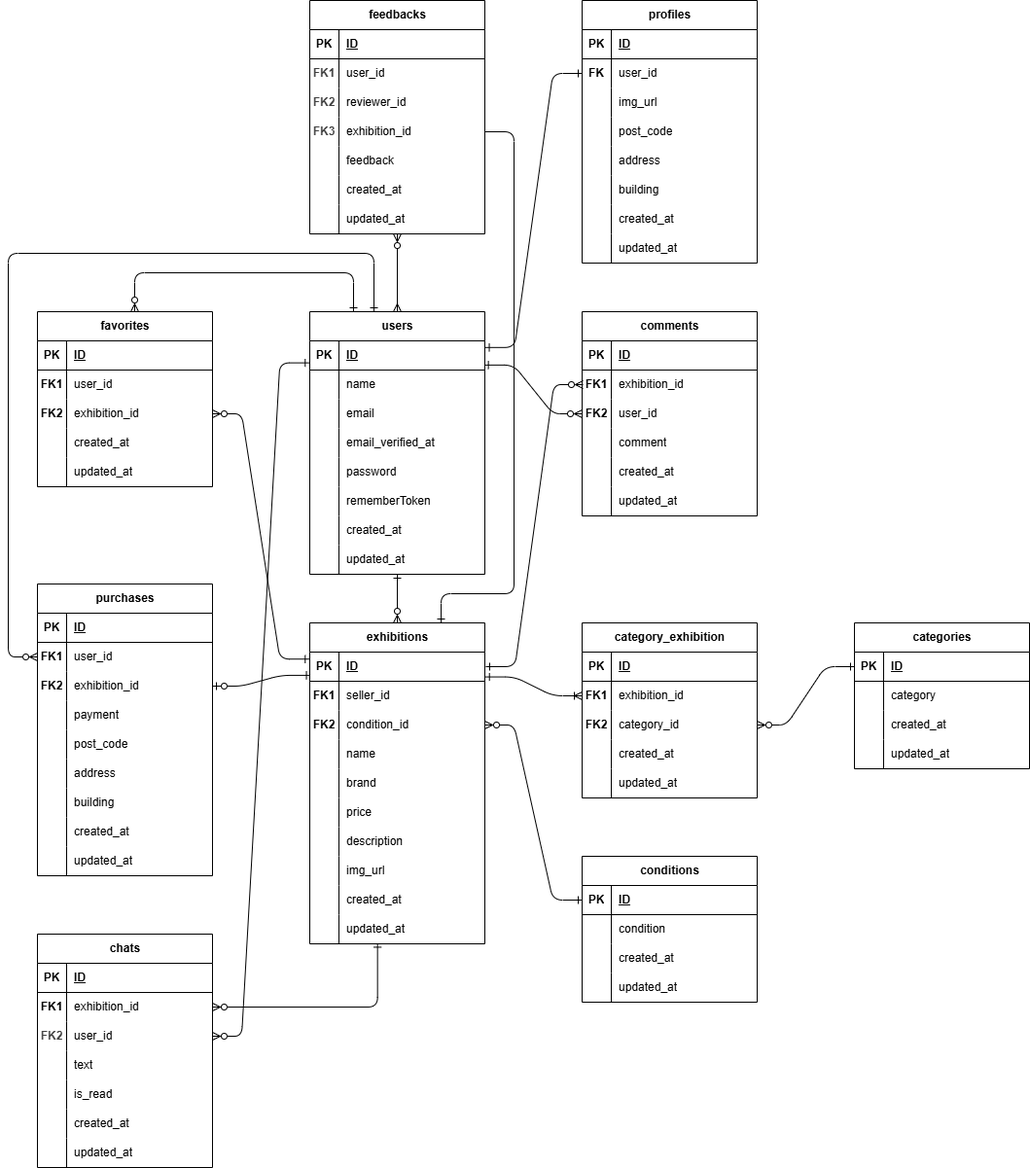
hiyo1925fiore/Coachtech-FleaMarket keeps this draw.io diagram as er.drawio.png. Above is the earlier version. Source tidied: cells renumbered, new cells last; positions are measured from the earlier drawing's top-left corner, leaving out a move shared by most shapes.
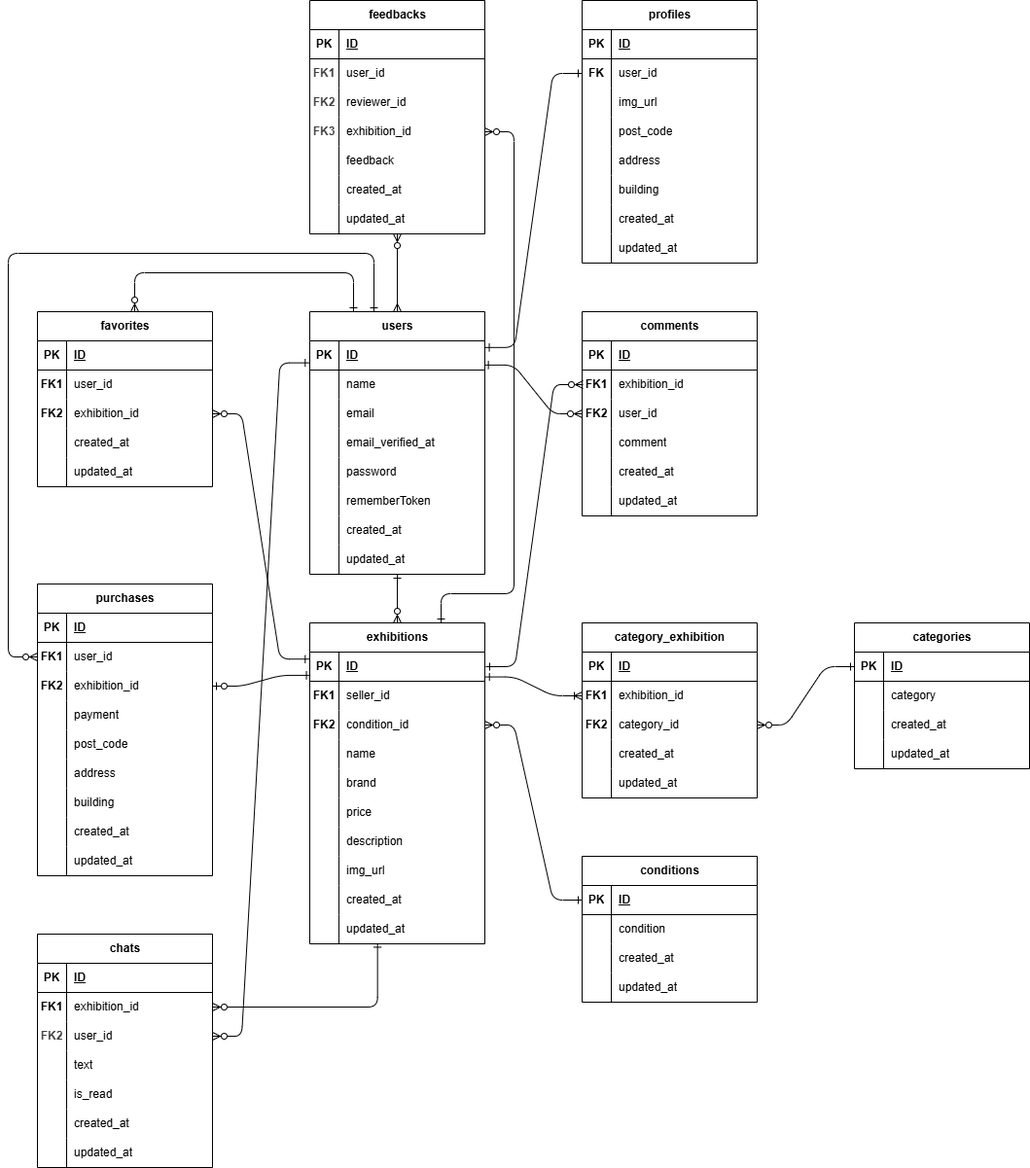
The same file after the commit.

Diff of the diagram source:
```diff
@@ -745,7 +745,7 @@
     <mxCell id="244" style="edgeStyle=orthogonalEdgeStyle;html=1;entryX=0.387;entryY=0.982;entryDx=0;entryDy=0;entryPerimeter=0;endArrow=ERone;endFill=0;startArrow=ERzeroToMany;startFill=0;" parent="1" edge="1" source="202" target="57">
       <mxGeometry relative="1" as="geometry" />
     </mxCell>
-    <mxCell id="245" style="edgeStyle=orthogonalEdgeStyle;html=1;exitX=1;exitY=0.5;exitDx=0;exitDy=0;endArrow=ERone;endFill=0;entryX=0.75;entryY=0;entryDx=0;entryDy=0;" parent="1" edge="1" source="231" target="29">
+    <mxCell id="245" style="edgeStyle=orthogonalEdgeStyle;html=1;exitX=1;exitY=0.5;exitDx=0;exitDy=0;endArrow=ERone;endFill=0;entryX=0.75;entryY=0;entryDx=0;entryDy=0;startArrow=ERzeroToMany;startFill=0;" parent="1" edge="1" source="231" target="29">
       <mxGeometry relative="1" as="geometry">
         <Array as="points">
           <mxPoint x="520" y="135" />
```
